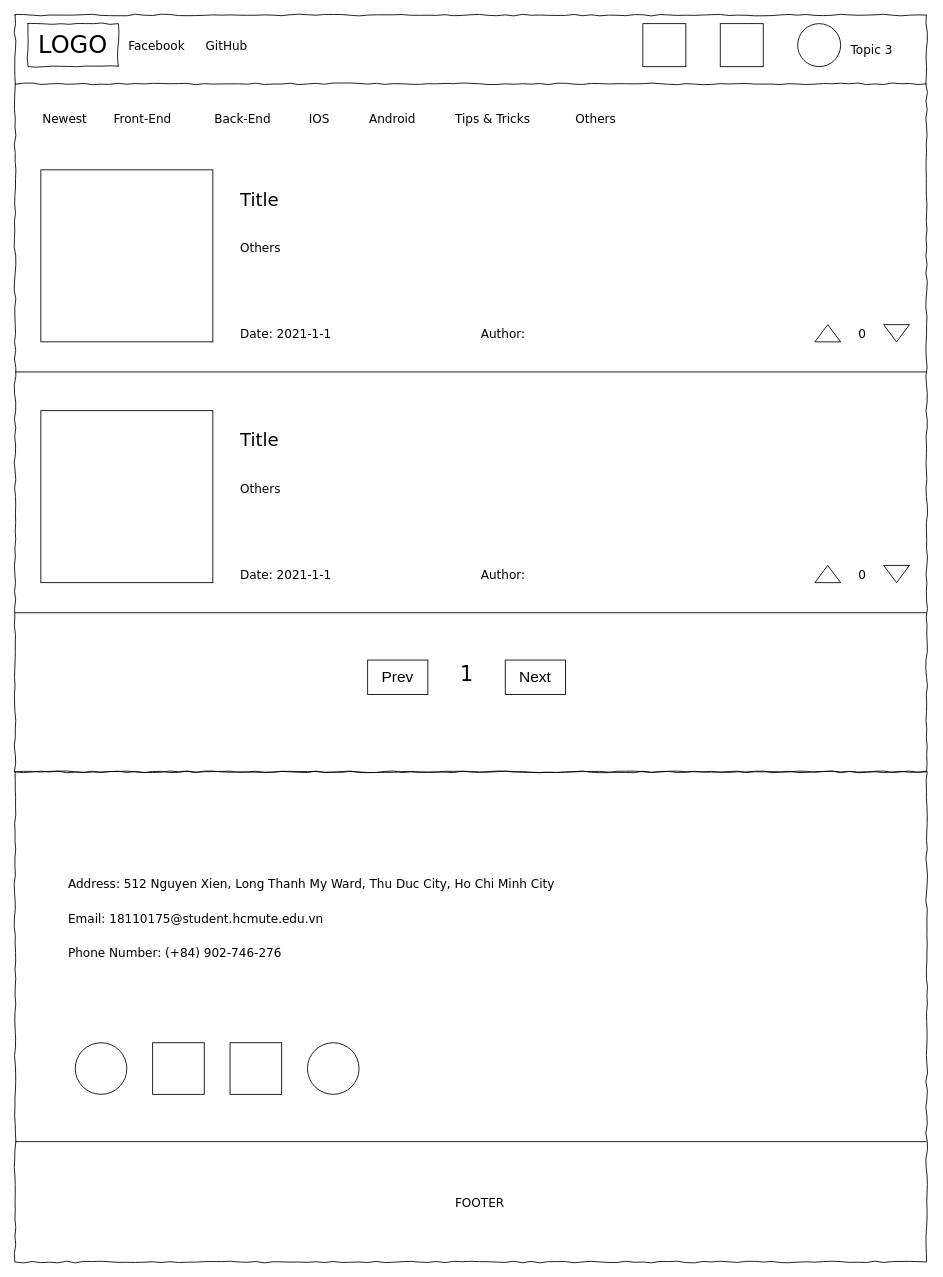
Earlier version of the draw.io diagram page "HomePage" (1 of 5) of documents/HomePage.drawio (dinhphu28/MOWE-TLCN-Late2021). Source tidied: cells renumbered, new cells numbered last; positions are measured from the earlier drawing's top-left corner, leaving out a move shared by most shapes. Both pictures are drawn from the tidied source at 86%, with x=0, y=0 at pixel (15, 15).
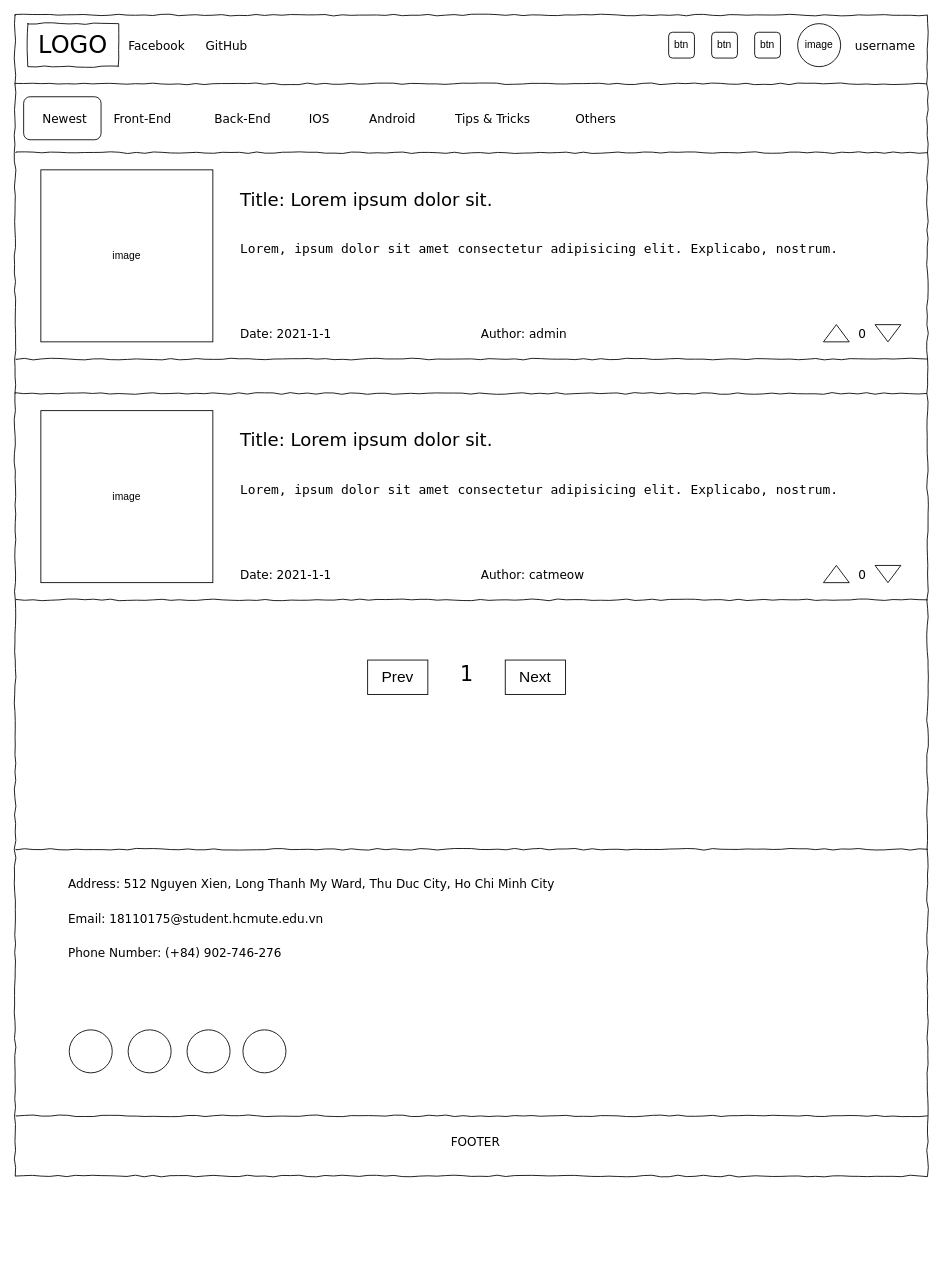
After the change.

The edit, as a diff of the source:
```diff
@@
     <mxCell id="2" value="&lt;span style=&quot;color: rgba(0 , 0 , 0 , 0) ; font-family: monospace ; font-size: 0px&quot;&gt;jjhhgv&lt;/span&gt;" style="whiteSpace=wrap;html=1;rounded=0;shadow=0;labelBackgroundColor=none;strokeColor=#000000;strokeWidth=1;fillColor=none;fontFamily=Verdana;fontSize=12;fontColor=#000000;align=center;comic=1;" parent="1" vertex="1">
-      <mxGeometry width="1060" height="880" as="geometry" />
+      <mxGeometry width="1061" height="1350" as="geometry" />
     </mxCell>
@@
-    <mxCell id="6" value="Topic 3" style="text;html=1;align=left;verticalAlign=top;spacingTop=-4;fontSize=14;fontFamily=Verdana;" parent="1" vertex="1">
-      <mxGeometry x="970" y="30" width="60" height="20" as="geometry" />
+    <mxCell id="6" value="username" style="text;html=1;align=left;verticalAlign=top;spacingTop=-4;fontSize=14;fontFamily=Verdana;" parent="1" vertex="1">
+      <mxGeometry x="975" y="25" width="60" height="20" as="geometry" />
     </mxCell>
@@
-    <mxCell id="8" value="Newest" style="text;html=1;align=left;verticalAlign=top;spacingTop=-4;fontSize=14;fontFamily=Verdana;" parent="1" vertex="1">
-      <mxGeometry x="30" y="110" width="60" height="20" as="geometry" />
-    </mxCell>
@@
-    <mxCell id="11" style="rounded=0;whiteSpace=wrap;html=1;" parent="1" vertex="1">
-      <mxGeometry x="820" y="10" width="50" height="50" as="geometry" />
-    </mxCell>
-    <mxCell id="12" style="whiteSpace=wrap;html=1;" parent="1" vertex="1">
-      <mxGeometry x="730" y="10" width="50" height="50" as="geometry" />
-    </mxCell>
-    <mxCell id="13" style="ellipse;whiteSpace=wrap;html=1;" parent="1" vertex="1">
+    <mxCell id="13" value="image" style="ellipse;whiteSpace=wrap;html=1;" parent="1" vertex="1">
       <mxGeometry x="910" y="10" width="50" height="50" as="geometry" />
     </mxCell>
@@
-    <mxCell id="18" style="whiteSpace=wrap;html=1;" parent="1" vertex="1">
+    <mxCell id="18" value="image" style="whiteSpace=wrap;html=1;" parent="1" vertex="1">
       <mxGeometry x="30" y="180" width="200" height="200" as="geometry" />
     </mxCell>
@@
-    <mxCell id="20" value="Author:" style="text;html=1;align=left;verticalAlign=top;spacingTop=-4;fontSize=14;fontFamily=Verdana;" parent="1" vertex="1">
+    <mxCell id="20" value="Author: admin" style="text;html=1;align=left;verticalAlign=top;spacingTop=-4;fontSize=14;fontFamily=Verdana;" parent="1" vertex="1">
       <mxGeometry x="540" y="360" width="60" height="20" as="geometry" />
     </mxCell>
-    <mxCell id="21" style="line;strokeWidth=1;html=1;" parent="1" vertex="1">
-      <mxGeometry y="410" width="1060" height="10" as="geometry" />
-    </mxCell>
     <mxCell id="22" style="triangle;whiteSpace=wrap;html=1;strokeWidth=1;direction=south;" parent="1" vertex="1">
-      <mxGeometry x="1010" y="360" width="30" height="20" as="geometry" />
+      <mxGeometry x="1000" y="360" width="30" height="20" as="geometry" />
     </mxCell>
     <mxCell id="23" style="triangle;whiteSpace=wrap;html=1;strokeWidth=1;direction=north;" parent="1" vertex="1">
-      <mxGeometry x="930" y="360" width="30" height="20" as="geometry" />
+      <mxGeometry x="940" y="360" width="30" height="20" as="geometry" />
     </mxCell>
@@
-    <mxCell id="25" style="whiteSpace=wrap;html=1;" parent="1" vertex="1">
+    <mxCell id="25" value="image" style="whiteSpace=wrap;html=1;" parent="1" vertex="1">
       <mxGeometry x="30" y="460" width="200" height="200" as="geometry" />
     </mxCell>
-    <mxCell id="26" value="&lt;span style=&quot;font-size: 21px&quot;&gt;Title&lt;/span&gt;" style="text;html=1;align=left;verticalAlign=top;spacingTop=-4;fontSize=14;fontFamily=Verdana;" parent="1" vertex="1">
+    <mxCell id="26" value="&lt;span style=&quot;font-size: 21px&quot;&gt;Title:&amp;nbsp;&lt;/span&gt;&lt;span style=&quot;font-size: 21px&quot;&gt;Lorem ipsum dolor sit.&lt;/span&gt;" style="text;html=1;align=left;verticalAlign=top;spacingTop=-4;fontSize=14;fontFamily=Verdana;" parent="1" vertex="1">
       <mxGeometry x="260" y="200" width="220" height="40" as="geometry" />
     </mxCell>
-    <mxCell id="27" value="&lt;font style=&quot;font-size: 21px&quot;&gt;Title&lt;/font&gt;" style="text;html=1;align=left;verticalAlign=top;spacingTop=-4;fontSize=14;fontFamily=Verdana;" parent="1" vertex="1">
+    <mxCell id="27" value="&lt;font style=&quot;font-size: 21px&quot;&gt;Title:&amp;nbsp;Lorem ipsum dolor sit.&lt;/font&gt;" style="text;html=1;align=left;verticalAlign=top;spacingTop=-4;fontSize=14;fontFamily=Verdana;" parent="1" vertex="1">
       <mxGeometry x="260" y="480" width="220" height="40" as="geometry" />
     </mxCell>
@@
-    <mxCell id="29" value="Author:" style="text;html=1;align=left;verticalAlign=top;spacingTop=-4;fontSize=14;fontFamily=Verdana;" parent="1" vertex="1">
+    <mxCell id="29" value="Author: catmeow" style="text;html=1;align=left;verticalAlign=top;spacingTop=-4;fontSize=14;fontFamily=Verdana;" parent="1" vertex="1">
       <mxGeometry x="540" y="640" width="60" height="20" as="geometry" />
     </mxCell>
     <mxCell id="30" style="triangle;whiteSpace=wrap;html=1;strokeWidth=1;direction=north;" parent="1" vertex="1">
-      <mxGeometry x="930" y="640" width="30" height="20" as="geometry" />
+      <mxGeometry x="940" y="640" width="30" height="20" as="geometry" />
     </mxCell>
     <mxCell id="31" style="triangle;whiteSpace=wrap;html=1;strokeWidth=1;direction=south;" parent="1" vertex="1">
-      <mxGeometry x="1010" y="640" width="30" height="20" as="geometry" />
+      <mxGeometry x="1000" y="640" width="30" height="20" as="geometry" />
     </mxCell>
@@
-    <mxCell id="33" style="line;strokeWidth=1;html=1;fontSize=18;" parent="1" vertex="1">
-      <mxGeometry y="690" width="1060" height="10" as="geometry" />
-    </mxCell>
@@
-    <mxCell id="37" value="&lt;span style=&quot;color: rgba(0 , 0 , 0 , 0) ; font-family: monospace ; font-size: 0px&quot;&gt;jjhhgv&lt;/span&gt;" style="whiteSpace=wrap;html=1;rounded=0;shadow=0;labelBackgroundColor=none;strokeColor=#000000;strokeWidth=1;fillColor=none;fontFamily=Verdana;fontSize=12;fontColor=#000000;align=center;comic=1;glass=0;sketch=0;" parent="1" vertex="1">
-      <mxGeometry y="880" width="1060" height="570" as="geometry" />
-    </mxCell>
@@
-    <mxCell id="41" style="whiteSpace=wrap;html=1;rounded=0;shadow=0;glass=0;sketch=0;fontSize=24;strokeWidth=1;" parent="1" vertex="1">
-      <mxGeometry x="160" y="1195" width="60" height="60" as="geometry" />
-    </mxCell>
-    <mxCell id="42" style="ellipse;whiteSpace=wrap;html=1;rounded=0;shadow=0;glass=0;sketch=0;fontSize=24;strokeWidth=1;" parent="1" vertex="1">
-      <mxGeometry x="340" y="1195" width="60" height="60" as="geometry" />
-    </mxCell>
     <mxCell id="43" style="ellipse;whiteSpace=wrap;html=1;rounded=0;shadow=0;glass=0;sketch=0;fontSize=24;strokeWidth=1;" parent="1" vertex="1">
-      <mxGeometry x="70" y="1195" width="60" height="60" as="geometry" />
+      <mxGeometry x="63" y="1180" width="50" height="50" as="geometry" />
     </mxCell>
-    <mxCell id="44" style="whiteSpace=wrap;html=1;rounded=0;shadow=0;glass=0;sketch=0;fontSize=24;strokeWidth=1;" parent="1" vertex="1">
-      <mxGeometry x="250" y="1195" width="60" height="60" as="geometry" />
-    </mxCell>
-    <mxCell id="45" style="line;strokeWidth=1;html=1;rounded=0;shadow=0;glass=0;sketch=0;fontSize=24;" parent="1" vertex="1">
-      <mxGeometry y="1305" width="1060" height="10" as="geometry" />
-    </mxCell>
     <mxCell id="46" value="FOOTER" style="text;html=1;align=left;verticalAlign=top;spacingTop=-4;fontSize=14;fontFamily=Verdana;" parent="1" vertex="1">
-      <mxGeometry x="510" y="1370" width="70" height="20" as="geometry" />
+      <mxGeometry x="505" y="1300" width="70" height="20" as="geometry" />
     </mxCell>
-    <mxCell id="47" value="Others" style="text;html=1;align=left;verticalAlign=top;spacingTop=-4;fontSize=14;fontFamily=Verdana;" parent="1" vertex="1">
+    <mxCell id="47" value="&lt;div style=&quot;background-color: rgb(255, 255, 255); font-family: menlo, monaco, &amp;quot;courier new&amp;quot;, monospace; font-size: 15px; line-height: 18px;&quot;&gt;Lorem, ipsum dolor sit amet consectetur adipisicing elit. Explicabo, nostrum.&lt;/div&gt;" style="text;html=1;align=left;verticalAlign=top;spacingTop=-4;fontSize=15;fontFamily=Verdana;" parent="1" vertex="1">
       <mxGeometry x="260" y="260" width="60" height="20" as="geometry" />
     </mxCell>
-    <mxCell id="48" value="Others" style="text;html=1;align=left;verticalAlign=top;spacingTop=-4;fontSize=14;fontFamily=Verdana;" parent="1" vertex="1">
+    <mxCell id="48" value="&lt;div style=&quot;background-color: rgb(255, 255, 255); font-family: menlo, monaco, &amp;quot;courier new&amp;quot;, monospace; font-size: 15px; line-height: 18px;&quot;&gt;Lorem, ipsum dolor sit amet consectetur adipisicing elit. Explicabo, nostrum.&lt;/div&gt;" style="text;html=1;align=left;verticalAlign=top;spacingTop=-4;fontSize=15;fontFamily=Verdana;" parent="1" vertex="1">
       <mxGeometry x="260" y="540" width="60" height="20" as="geometry" />
     </mxCell>
+    <mxCell id="49" value="btn" style="rounded=1;whiteSpace=wrap;html=1;" parent="1" vertex="1">
+      <mxGeometry x="810" y="20" width="30" height="30" as="geometry" />
+    </mxCell>
+    <mxCell id="50" value="btn" style="rounded=1;whiteSpace=wrap;html=1;" parent="1" vertex="1">
+      <mxGeometry x="860" y="20" width="30" height="30" as="geometry" />
+    </mxCell>
+    <mxCell id="51" value="btn" style="rounded=1;whiteSpace=wrap;html=1;" parent="1" vertex="1">
+      <mxGeometry x="760" y="20" width="30" height="30" as="geometry" />
+    </mxCell>
+    <mxCell id="52" style="rounded=1;whiteSpace=wrap;html=1;" parent="1" vertex="1">
+      <mxGeometry x="10" y="95" width="90" height="50" as="geometry" />
+    </mxCell>
+    <mxCell id="8" value="Newest" style="text;html=1;align=left;verticalAlign=top;spacingTop=-4;fontSize=14;fontFamily=Verdana;" parent="1" vertex="1">
+      <mxGeometry x="30" y="110" width="60" height="20" as="geometry" />
+    </mxCell>
+    <mxCell id="53" style="ellipse;whiteSpace=wrap;html=1;rounded=0;shadow=0;glass=0;sketch=0;fontSize=24;strokeWidth=1;" parent="1" vertex="1">
+      <mxGeometry x="131.5" y="1180" width="50" height="50" as="geometry" />
+    </mxCell>
+    <mxCell id="54" style="ellipse;whiteSpace=wrap;html=1;rounded=0;shadow=0;glass=0;sketch=0;fontSize=24;strokeWidth=1;" parent="1" vertex="1">
+      <mxGeometry x="200" y="1180" width="50" height="50" as="geometry" />
+    </mxCell>
+    <mxCell id="55" style="ellipse;whiteSpace=wrap;html=1;rounded=0;shadow=0;glass=0;sketch=0;fontSize=24;strokeWidth=1;" parent="1" vertex="1">
+      <mxGeometry x="265" y="1180" width="50" height="50" as="geometry" />
+    </mxCell>
+    <mxCell id="56" style="line;strokeWidth=1;html=1;rounded=0;shadow=0;labelBackgroundColor=none;fillColor=none;fontFamily=Verdana;fontSize=14;fontColor=#000000;align=center;comic=1;" parent="1" vertex="1">
+      <mxGeometry x="1" y="110" width="1060" height="100" as="geometry" />
+    </mxCell>
+    <mxCell id="57" style="line;strokeWidth=1;html=1;rounded=0;shadow=0;labelBackgroundColor=none;fillColor=none;fontFamily=Verdana;fontSize=14;fontColor=#000000;align=center;comic=1;" parent="1" vertex="1">
+      <mxGeometry x="1" y="350" width="1060" height="100" as="geometry" />
+    </mxCell>
+    <mxCell id="58" style="line;strokeWidth=1;html=1;rounded=0;shadow=0;labelBackgroundColor=none;fillColor=none;fontFamily=Verdana;fontSize=14;fontColor=#000000;align=center;comic=1;" parent="1" vertex="1">
+      <mxGeometry y="390" width="1060" height="100" as="geometry" />
+    </mxCell>
+    <mxCell id="59" style="line;strokeWidth=1;html=1;rounded=0;shadow=0;labelBackgroundColor=none;fillColor=none;fontFamily=Verdana;fontSize=14;fontColor=#000000;align=center;comic=1;" parent="1" vertex="1">
+      <mxGeometry x="1" y="630" width="1060" height="100" as="geometry" />
+    </mxCell>
+    <mxCell id="60" style="line;strokeWidth=1;html=1;rounded=0;shadow=0;labelBackgroundColor=none;fillColor=none;fontFamily=Verdana;fontSize=14;fontColor=#000000;align=center;comic=1;" parent="1" vertex="1">
+      <mxGeometry x="1" y="1230" width="1060" height="100" as="geometry" />
+    </mxCell>
+    <mxCell id="61" style="line;strokeWidth=1;html=1;rounded=0;shadow=0;labelBackgroundColor=none;fillColor=none;fontFamily=Verdana;fontSize=14;fontColor=#000000;align=center;comic=1;" parent="1" vertex="1">
+      <mxGeometry x="1" y="920" width="1060" height="100" as="geometry" />
+    </mxCell>
```
